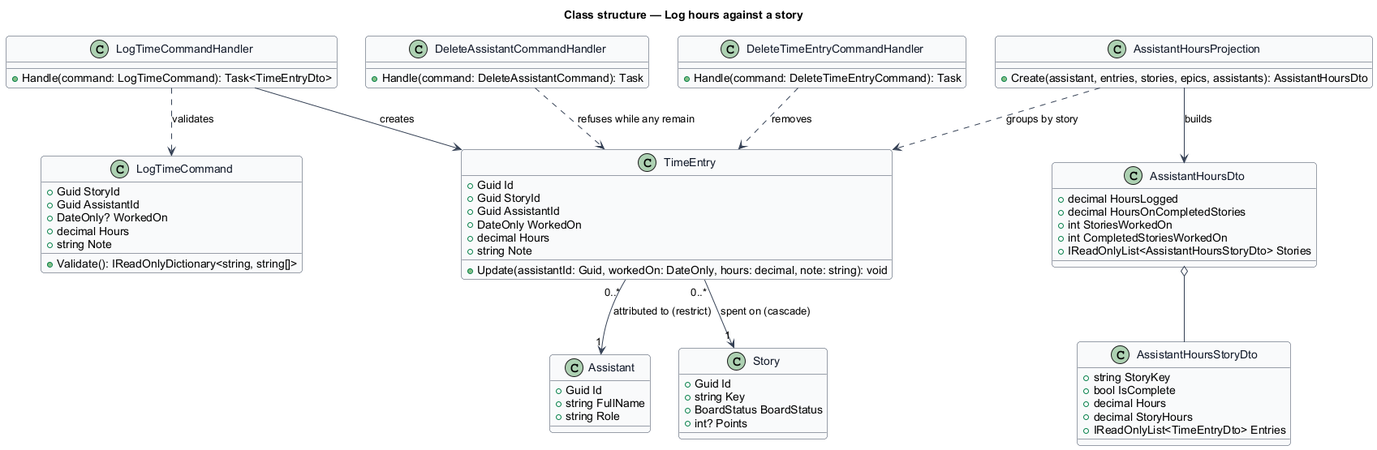
Before: docs/detailed-designs/work-items/log-hours-against-a-story/diagrams/class-structure.png, a diagram exported from PlantUML (QuinntyneBrown/quinntyne-brown-consulting). Its diagram source:
```plantuml
@startuml
skinparam backgroundColor #FFFFFF
skinparam shadowing false
skinparam roundcorner 8
skinparam defaultFontName Arial
skinparam ArrowColor #344054
skinparam class {
  BorderColor #344054
  FontColor #101828
  BackgroundColor #F9FAFB
}
title Class structure — Log hours against a story

class TimeEntry {
  +Guid Id
  +Guid StoryId
  +Guid AssistantId
  +DateOnly WorkedOn
  +decimal Hours
  +string Note
  +Update(assistantId: Guid, workedOn: DateOnly, hours: decimal, note: string): void
}

class Story {
  +Guid Id
  +string Key
  +BoardStatus BoardStatus
  +int? Points
}

class Assistant {
  +Guid Id
  +string FullName
  +string Role
}

class LogTimeCommand {
  +Guid StoryId
  +Guid AssistantId
  +DateOnly? WorkedOn
  +decimal Hours
  +string Note
  +Validate(): IReadOnlyDictionary<string, string[]>
}

class LogTimeCommandHandler {
  +Handle(command: LogTimeCommand): Task<TimeEntryDto>
}

class DeleteTimeEntryCommandHandler {
  +Handle(command: DeleteTimeEntryCommand): Task
}

class AssistantHoursProjection {
  +Create(assistant, entries, stories, epics, assistants): AssistantHoursDto
}

class AssistantHoursDto {
  +decimal HoursLogged
  +decimal HoursOnCompletedStories
  +int StoriesWorkedOn
  +int CompletedStoriesWorkedOn
  +IReadOnlyList<AssistantHoursStoryDto> Stories
}

class AssistantHoursStoryDto {
  +string StoryKey
  +bool IsComplete
  +decimal Hours
  +decimal StoryHours
  +IReadOnlyList<TimeEntryDto> Entries
}

class DeleteAssistantCommandHandler {
  +Handle(command: DeleteAssistantCommand): Task
}

TimeEntry "0..*" --> "1" Story : spent on (cascade)
TimeEntry "0..*" --> "1" Assistant : attributed to (restrict)
LogTimeCommandHandler ..> LogTimeCommand : validates
LogTimeCommandHandler --> TimeEntry : creates
DeleteTimeEntryCommandHandler ..> TimeEntry : removes
AssistantHoursProjection ..> TimeEntry : groups by story
AssistantHoursProjection --> AssistantHoursDto : builds
AssistantHoursDto o-- AssistantHoursStoryDto
DeleteAssistantCommandHandler ..> TimeEntry : refuses while any remain
@enduml
```
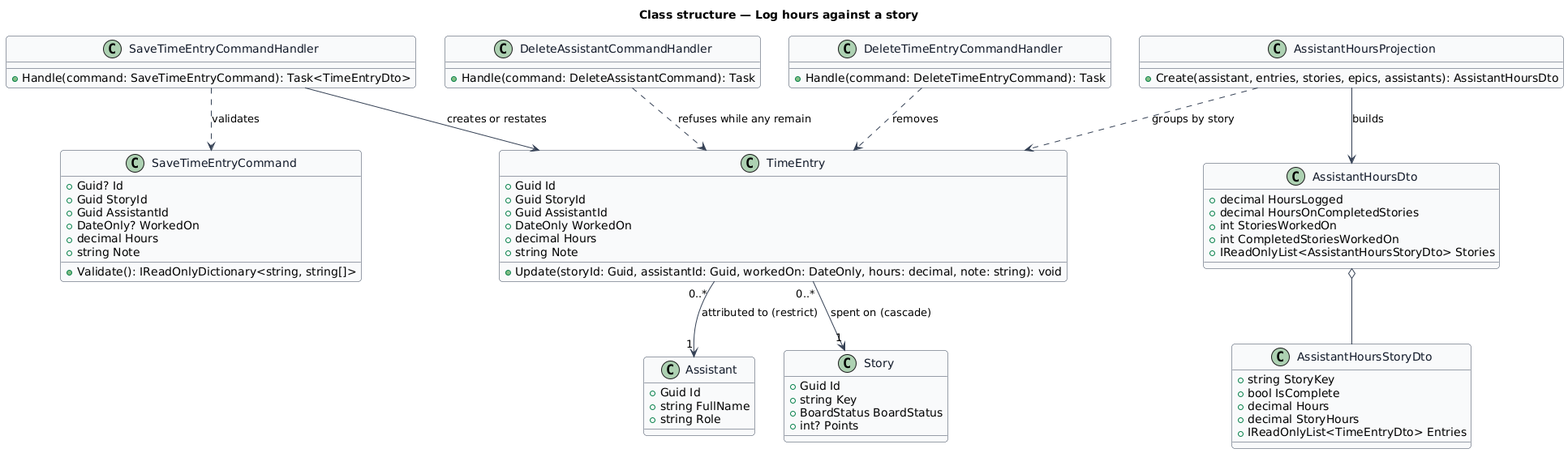
Later version of the same file.

The edit, as a diff of the source:
```diff
@@ -18,7 +18,7 @@
   +DateOnly WorkedOn
   +decimal Hours
   +string Note
-  +Update(assistantId: Guid, workedOn: DateOnly, hours: decimal, note: string): void
+  +Update(storyId: Guid, assistantId: Guid, workedOn: DateOnly, hours: decimal, note: string): void
 }
 
 class Story {
@@ -34,7 +34,8 @@
   +string Role
 }
 
-class LogTimeCommand {
+class SaveTimeEntryCommand {
+  +Guid? Id
   +Guid StoryId
   +Guid AssistantId
   +DateOnly? WorkedOn
@@ -43,8 +44,8 @@
   +Validate(): IReadOnlyDictionary<string, string[]>
 }
 
-class LogTimeCommandHandler {
-  +Handle(command: LogTimeCommand): Task<TimeEntryDto>
+class SaveTimeEntryCommandHandler {
+  +Handle(command: SaveTimeEntryCommand): Task<TimeEntryDto>
 }
 
 class DeleteTimeEntryCommandHandler {
@@ -77,8 +78,8 @@
 
 TimeEntry "0..*" --> "1" Story : spent on (cascade)
 TimeEntry "0..*" --> "1" Assistant : attributed to (restrict)
-LogTimeCommandHandler ..> LogTimeCommand : validates
-LogTimeCommandHandler --> TimeEntry : creates
+SaveTimeEntryCommandHandler ..> SaveTimeEntryCommand : validates
+SaveTimeEntryCommandHandler --> TimeEntry : creates or restates
 DeleteTimeEntryCommandHandler ..> TimeEntry : removes
 AssistantHoursProjection ..> TimeEntry : groups by story
 AssistantHoursProjection --> AssistantHoursDto : builds
```
